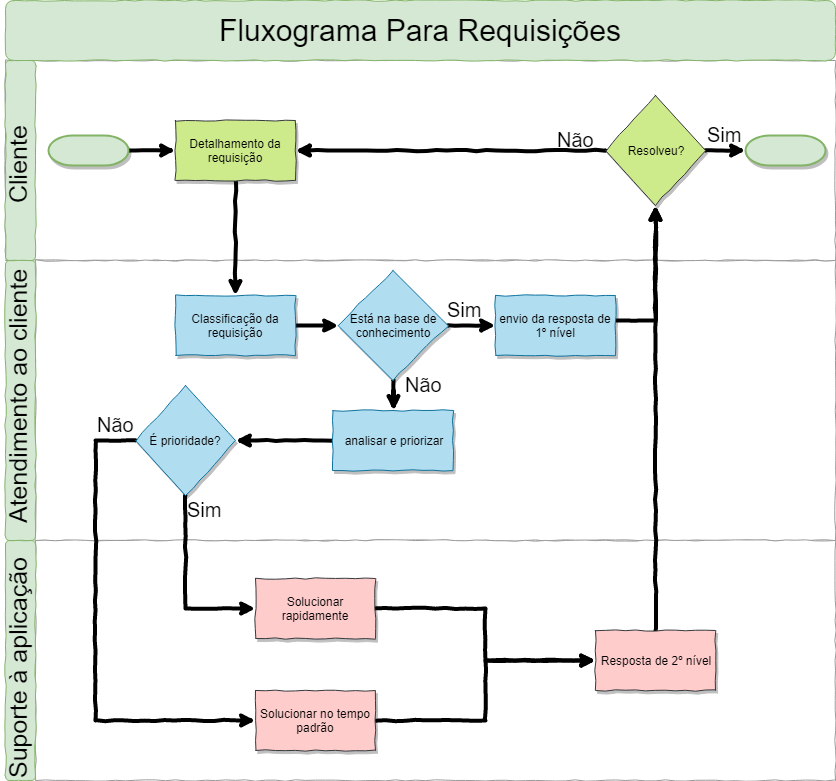
carinadidomenico/Plant.ai keeps this draw.io diagram as documentacao/Documentação/Fluxograma atendimento/Fluxograma de requisições/Fluxograma-Requisições.png. Above is the earlier version. Source tidied: cells renumbered, new cells last; positions are measured from the earlier drawing's top-left corner, leaving out a move shared by most shapes.
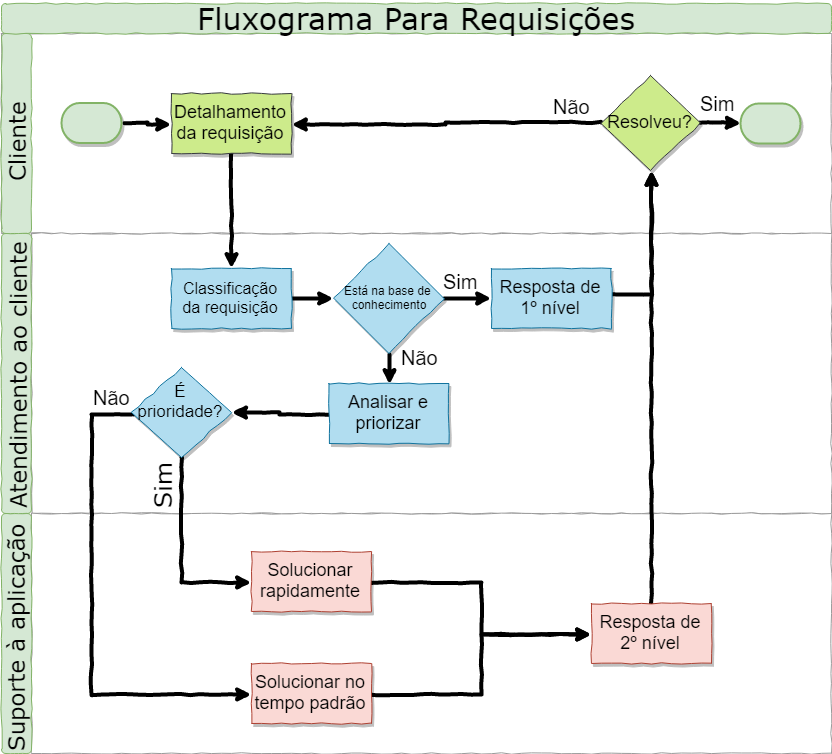
After the change.

Commit message:
Padronizando fluxogramas de atendimento

The edit, as a diff of the source:
```diff
@@ -20,46 +20,45 @@
     <mxCell id="7" style="rounded=1;whiteSpace=wrap;html=1;comic=1;fillColor=#d5e8d4;strokeColor=#82b366;gradientColor=none;" parent="1" vertex="1">
       <mxGeometry x="130" y="60" width="30" height="200" as="geometry" />
     </mxCell>
-    <mxCell id="8" value="&lt;font style=&quot;font-size: 25px&quot;&gt;Cliente&lt;/font&gt;" style="text;html=1;align=left;verticalAlign=top;spacingTop=-4;rotation=-90;" parent="1" vertex="1">
-      <mxGeometry x="90" y="150" width="90" height="20" as="geometry" />
+    <mxCell id="8" value="&lt;font style=&quot;font-size: 23px&quot;&gt;Cliente&lt;/font&gt;" style="text;html=1;align=left;verticalAlign=top;spacingTop=-4;rotation=-90;fontFamily=Verdana;" parent="1" vertex="1">
+      <mxGeometry x="90" y="150" width="100" height="20" as="geometry" />
     </mxCell>
-    <mxCell id="9" value="&lt;font style=&quot;font-size: 25px&quot;&gt;Atendimento ao cliente&lt;/font&gt;" style="text;html=1;align=left;verticalAlign=top;spacingTop=-4;rotation=-90;" parent="1" vertex="1">
-      <mxGeometry y="380" width="270" height="20" as="geometry" />
+    <mxCell id="9" value="&lt;font style=&quot;font-size: 23px&quot; face=&quot;Verdana&quot;&gt;Atendimento ao cliente&lt;/font&gt;" style="text;html=1;align=left;verticalAlign=top;spacingTop=-4;rotation=-90;fontSize=21;" parent="1" vertex="1">
+      <mxGeometry x="6" y="382" width="280" height="30" as="geometry" />
     </mxCell>
-    <mxCell id="10" value="&lt;font style=&quot;font-size: 25px&quot;&gt;Suporte à aplicação&lt;/font&gt;" style="text;html=1;align=left;verticalAlign=top;spacingTop=-4;rotation=-90;rounded=1;" parent="1" vertex="1">
-      <mxGeometry x="15" y="650" width="240" height="20" as="geometry" />
+    <mxCell id="10" value="&lt;font style=&quot;font-size: 23px&quot; face=&quot;Verdana&quot;&gt;Suporte à aplicação&lt;/font&gt;" style="text;html=1;align=left;verticalAlign=top;spacingTop=-4;rotation=-90;rounded=1;" parent="1" vertex="1">
+      <mxGeometry x="19" y="650" width="240" height="20" as="geometry" />
     </mxCell>
-    <mxCell id="11" style="edgeStyle=orthogonalEdgeStyle;rounded=0;jettySize=auto;html=1;entryX=0;entryY=0.5;entryDx=0;entryDy=0;comic=1;strokeWidth=4;" parent="1" edge="1" source="12" target="14">
-      <mxGeometry relative="1" as="geometry" />
+    <mxCell id="11" style="edgeStyle=orthogonalEdgeStyle;rounded=0;jettySize=auto;html=1;entryX=0;entryY=0.5;entryDx=0;entryDy=0;comic=1;strokeWidth=4;" parent="1" edge="1" target="14">
+      <mxGeometry relative="1" as="geometry">
+        <mxPoint x="253" y="149.7" as="sourcePoint" />
+      </mxGeometry>
     </mxCell>
-    <mxCell id="12" style="strokeWidth=2;html=1;shape=mxgraph.flowchart.terminator;whiteSpace=wrap;fillColor=#d5e8d4;strokeColor=#82b366;shadow=1;" parent="1" vertex="1">
-      <mxGeometry x="173" y="135" width="80" height="30" as="geometry" />
-    </mxCell>
     <mxCell id="13" style="edgeStyle=orthogonalEdgeStyle;rounded=0;jettySize=auto;html=1;comic=1;strokeWidth=4;" parent="1" edge="1" source="14" target="17">
       <mxGeometry relative="1" as="geometry" />
     </mxCell>
-    <mxCell id="14" value="Detalhamento da requisição" style="rounded=0;whiteSpace=wrap;html=1;shadow=1;comic=1;fillColor=#cdeb8b;strokeColor=#36393d;" parent="1" vertex="1">
+    <mxCell id="14" value="&lt;font style=&quot;font-size: 18px&quot;&gt;Detalhamento da requisição&lt;/font&gt;" style="rounded=0;whiteSpace=wrap;html=1;shadow=1;comic=1;fillColor=#cdeb8b;strokeColor=#36393d;" parent="1" vertex="1">
       <mxGeometry x="300" y="120" width="120" height="60" as="geometry" />
     </mxCell>
-    <mxCell id="15" style="edgeStyle=orthogonalEdgeStyle;rounded=0;orthogonalLoop=1;jettySize=auto;html=1;exitX=0.5;exitY=1;exitDx=0;exitDy=0;exitPerimeter=0;" parent="1" edge="1" source="12" target="12">
-      <mxGeometry relative="1" as="geometry" />
+    <mxCell id="15" style="edgeStyle=orthogonalEdgeStyle;rounded=0;orthogonalLoop=1;jettySize=auto;html=1;exitX=0.5;exitY=1;exitDx=0;exitDy=0;exitPerimeter=0;" parent="1" edge="1">
+      <mxGeometry relative="1" as="geometry">
+        <mxPoint x="213" y="164.7" as="sourcePoint" />
+        <mxPoint x="213" y="165" as="targetPoint" />
+      </mxGeometry>
     </mxCell>
     <mxCell id="16" style="edgeStyle=orthogonalEdgeStyle;rounded=0;jettySize=auto;html=1;entryX=0;entryY=0.5;entryDx=0;entryDy=0;comic=1;strokeWidth=4;" parent="1" edge="1" source="17" target="21">
       <mxGeometry relative="1" as="geometry" />
     </mxCell>
-    <mxCell id="17" value="Classificação da requisição" style="rounded=0;whiteSpace=wrap;html=1;shadow=1;comic=1;fillColor=#b1ddf0;strokeColor=#10739e;" parent="1" vertex="1">
+    <mxCell id="17" value="&lt;font style=&quot;font-size: 16px&quot;&gt;Classificação da requisição&lt;/font&gt;" style="rounded=0;whiteSpace=wrap;html=1;shadow=1;comic=1;fillColor=#b1ddf0;strokeColor=#10739e;" parent="1" vertex="1">
       <mxGeometry x="300" y="295" width="120" height="60" as="geometry" />
     </mxCell>
-    <mxCell id="18" style="strokeWidth=2;html=1;shape=mxgraph.flowchart.terminator;whiteSpace=wrap;fillColor=#d5e8d4;strokeColor=#82b366;shadow=1;" parent="1" vertex="1">
-      <mxGeometry x="870" y="135" width="80" height="30" as="geometry" />
-    </mxCell>
     <mxCell id="19" style="edgeStyle=orthogonalEdgeStyle;rounded=0;jettySize=auto;html=1;comic=1;strokeWidth=4;" parent="1" edge="1" source="21" target="23">
       <mxGeometry relative="1" as="geometry" />
     </mxCell>
-    <mxCell id="20" style="edgeStyle=orthogonalEdgeStyle;rounded=0;jettySize=auto;html=1;comic=1;strokeWidth=4;" parent="1" edge="1" source="21" target="28">
+    <mxCell id="20" style="edgeStyle=orthogonalEdgeStyle;rounded=0;jettySize=auto;html=1;exitX=0.5;exitY=1;exitDx=0;exitDy=0;entryX=0.5;entryY=0;entryDx=0;entryDy=0;fontSize=14;comic=1;strokeWidth=4;" parent="1" edge="1" source="21" target="28">
       <mxGeometry relative="1" as="geometry" />
     </mxCell>
-    <mxCell id="21" value="Está na base de conhecimento" style="rhombus;whiteSpace=wrap;html=1;shadow=1;comic=1;fillColor=#b1ddf0;strokeColor=#10739e;" parent="1" vertex="1">
+    <mxCell id="21" value="Está na base de &lt;br&gt;conhecimento" style="rhombus;whiteSpace=wrap;html=1;shadow=1;comic=1;fillColor=#b1ddf0;strokeColor=#10739e;" parent="1" vertex="1">
       <mxGeometry x="462.5" y="270" width="110" height="110" as="geometry" />
     </mxCell>
     <mxCell id="22" style="edgeStyle=orthogonalEdgeStyle;rounded=0;jettySize=auto;html=1;entryX=0.5;entryY=1;entryDx=0;entryDy=0;comic=1;strokeWidth=4;" parent="1" edge="1" source="23" target="26">
@@ -69,22 +68,24 @@
         </Array>
       </mxGeometry>
     </mxCell>
-    <mxCell id="23" value="envio da resposta de 1º nível" style="rounded=0;whiteSpace=wrap;html=1;shadow=1;comic=1;fillColor=#b1ddf0;strokeColor=#10739e;" parent="1" vertex="1">
+    <mxCell id="23" value="&lt;font style=&quot;font-size: 18px&quot;&gt;Resposta de 1º nível&lt;/font&gt;" style="rounded=0;whiteSpace=wrap;html=1;shadow=1;comic=1;fillColor=#b1ddf0;strokeColor=#10739e;" parent="1" vertex="1">
       <mxGeometry x="620" y="295" width="120" height="60" as="geometry" />
     </mxCell>
     <mxCell id="24" style="edgeStyle=orthogonalEdgeStyle;rounded=0;jettySize=auto;html=1;entryX=1;entryY=0.5;entryDx=0;entryDy=0;comic=1;strokeWidth=4;" parent="1" edge="1" source="26" target="14">
       <mxGeometry relative="1" as="geometry" />
     </mxCell>
-    <mxCell id="25" style="edgeStyle=orthogonalEdgeStyle;rounded=0;jettySize=auto;html=1;entryX=0;entryY=0.5;entryDx=0;entryDy=0;entryPerimeter=0;comic=1;strokeWidth=4;" parent="1" edge="1" source="26" target="18">
-      <mxGeometry relative="1" as="geometry" />
+    <mxCell id="25" style="edgeStyle=orthogonalEdgeStyle;rounded=0;jettySize=auto;html=1;entryX=0;entryY=0.5;entryDx=0;entryDy=0;entryPerimeter=0;comic=1;strokeWidth=4;" parent="1" edge="1" source="26">
+      <mxGeometry relative="1" as="geometry">
+        <mxPoint x="869.7" y="149.7" as="targetPoint" />
+      </mxGeometry>
     </mxCell>
-    <mxCell id="26" value="Resolveu?" style="rhombus;whiteSpace=wrap;html=1;shadow=1;comic=1;fillColor=#cdeb8b;strokeColor=#36393d;" parent="1" vertex="1">
-      <mxGeometry x="730" y="95" width="100" height="110" as="geometry" />
+    <mxCell id="26" value="&lt;font style=&quot;font-size: 18px&quot;&gt;Resolveu?&amp;nbsp;&lt;/font&gt;" style="rhombus;whiteSpace=wrap;html=1;shadow=1;comic=1;fillColor=#cdeb8b;strokeColor=#36393d;fontSize=14;align=right;" parent="1" vertex="1">
+      <mxGeometry x="729" y="102" width="100" height="95" as="geometry" />
     </mxCell>
     <mxCell id="27" style="edgeStyle=orthogonalEdgeStyle;rounded=0;jettySize=auto;html=1;entryX=1;entryY=0.5;entryDx=0;entryDy=0;comic=1;strokeWidth=4;" parent="1" edge="1" source="28" target="31">
       <mxGeometry relative="1" as="geometry" />
     </mxCell>
-    <mxCell id="28" value="analisar e priorizar" style="rounded=0;whiteSpace=wrap;html=1;shadow=1;comic=1;fillColor=#b1ddf0;strokeColor=#10739e;" parent="1" vertex="1">
+    <mxCell id="28" value="&lt;font style=&quot;font-size: 18px&quot;&gt;Analisar e priorizar&lt;/font&gt;" style="rounded=0;whiteSpace=wrap;html=1;shadow=1;comic=1;fillColor=#b1ddf0;strokeColor=#10739e;" parent="1" vertex="1">
       <mxGeometry x="457.5" y="410" width="120" height="60" as="geometry" />
     </mxCell>
     <mxCell id="29" style="edgeStyle=orthogonalEdgeStyle;rounded=0;jettySize=auto;html=1;entryX=0;entryY=0.5;entryDx=0;entryDy=0;comic=1;strokeWidth=4;" parent="1" edge="1" source="31" target="33">
@@ -102,35 +103,35 @@
         </Array>
       </mxGeometry>
     </mxCell>
-    <mxCell id="31" value="É prioridade?" style="rhombus;whiteSpace=wrap;html=1;shadow=1;comic=1;fillColor=#b1ddf0;strokeColor=#10739e;" parent="1" vertex="1">
-      <mxGeometry x="260" y="385" width="100" height="110" as="geometry" />
+    <mxCell id="31" value="&lt;font style=&quot;font-size: 17px&quot;&gt;É prioridade?&lt;br&gt;&lt;br&gt;&lt;/font&gt;" style="rhombus;whiteSpace=wrap;html=1;shadow=1;comic=1;fillColor=#b1ddf0;strokeColor=#10739e;fontSize=14;" parent="1" vertex="1">
+      <mxGeometry x="260" y="394" width="100" height="90" as="geometry" />
     </mxCell>
     <mxCell id="32" style="edgeStyle=orthogonalEdgeStyle;rounded=0;jettySize=auto;html=1;entryX=0;entryY=0.5;entryDx=0;entryDy=0;comic=1;strokeWidth=4;" parent="1" edge="1" source="33" target="37">
       <mxGeometry relative="1" as="geometry" />
     </mxCell>
-    <mxCell id="33" value="Solucionar rapidamente" style="rounded=0;whiteSpace=wrap;html=1;shadow=1;comic=1;fillColor=#ffcccc;strokeColor=#36393d;" parent="1" vertex="1">
+    <mxCell id="33" value="&lt;font style=&quot;font-size: 18px&quot;&gt;Solucionar rapidamente&lt;/font&gt;" style="rounded=0;whiteSpace=wrap;html=1;shadow=1;comic=1;fillColor=#fad9d5;strokeColor=#ae4132;" parent="1" vertex="1">
       <mxGeometry x="380" y="578" width="120" height="60" as="geometry" />
     </mxCell>
     <mxCell id="34" style="edgeStyle=orthogonalEdgeStyle;rounded=0;jettySize=auto;html=1;comic=1;strokeWidth=4;" parent="1" edge="1" source="35" target="37">
       <mxGeometry relative="1" as="geometry" />
     </mxCell>
-    <mxCell id="35" value="Solucionar no tempo padrão" style="rounded=0;whiteSpace=wrap;html=1;shadow=1;comic=1;fillColor=#ffcccc;strokeColor=#36393d;" parent="1" vertex="1">
+    <mxCell id="35" value="&lt;font style=&quot;font-size: 18px&quot;&gt;Solucionar no tempo padrão&lt;/font&gt;" style="rounded=0;whiteSpace=wrap;html=1;shadow=1;comic=1;fillColor=#fad9d5;strokeColor=#ae4132;" parent="1" vertex="1">
       <mxGeometry x="380" y="690" width="120" height="60" as="geometry" />
     </mxCell>
     <mxCell id="36" style="edgeStyle=orthogonalEdgeStyle;rounded=0;jettySize=auto;html=1;entryX=0.5;entryY=1;entryDx=0;entryDy=0;comic=1;strokeWidth=4;" parent="1" edge="1" source="37" target="26">
       <mxGeometry relative="1" as="geometry" />
     </mxCell>
-    <mxCell id="37" value="Resposta de 2º nível" style="rounded=0;whiteSpace=wrap;html=1;shadow=1;comic=1;fillColor=#ffcccc;strokeColor=#36393d;" parent="1" vertex="1">
+    <mxCell id="37" value="&lt;font style=&quot;font-size: 18px&quot;&gt;Resposta de 2º nível&lt;/font&gt;" style="rounded=0;whiteSpace=wrap;html=1;shadow=1;comic=1;fillColor=#fad9d5;strokeColor=#ae4132;" parent="1" vertex="1">
       <mxGeometry x="720" y="630" width="120" height="60" as="geometry" />
     </mxCell>
-    <mxCell id="38" value="&lt;font style=&quot;font-size: 20px&quot;&gt;Sim&lt;/font&gt;" style="text;html=1;align=left;verticalAlign=top;spacingTop=-4;comic=1;" parent="1" vertex="1">
-      <mxGeometry x="830" y="120" width="50" height="20" as="geometry" />
+    <mxCell id="38" value="&lt;font style=&quot;font-size: 20px&quot;&gt;Sim&lt;/font&gt;" style="text;html=1;align=left;verticalAlign=top;spacingTop=-4;comic=1;fontSize=20;" parent="1" vertex="1">
+      <mxGeometry x="827" y="116" width="50" height="30" as="geometry" />
     </mxCell>
-    <mxCell id="39" value="&lt;font style=&quot;font-size: 20px&quot;&gt;Não&lt;/font&gt;" style="text;html=1;align=left;verticalAlign=top;spacingTop=-4;comic=1;" parent="1" vertex="1">
-      <mxGeometry x="680" y="125" width="50" height="20" as="geometry" />
+    <mxCell id="39" value="&lt;font style=&quot;font-size: 20px;&quot;&gt;Não&lt;/font&gt;" style="text;html=1;align=left;verticalAlign=top;spacingTop=-4;comic=1;fontSize=20;" parent="1" vertex="1">
+      <mxGeometry x="680" y="119" width="50" height="30" as="geometry" />
     </mxCell>
-    <mxCell id="40" value="&lt;font style=&quot;font-size: 30px&quot;&gt;Fluxograma Para Requisições&lt;/font&gt;" style="rounded=1;whiteSpace=wrap;html=1;comic=1;fillColor=#d5e8d4;strokeColor=#82b366;" parent="1" vertex="1">
-      <mxGeometry x="130" width="830" height="60" as="geometry" />
+    <mxCell id="40" value="&lt;font style=&quot;font-size: 30px&quot;&gt;Fluxograma Para Requisições&lt;/font&gt;" style="rounded=1;whiteSpace=wrap;html=1;comic=1;fillColor=#d5e8d4;strokeColor=#82b366;fontFamily=Verdana;" parent="1" vertex="1">
+      <mxGeometry x="130" y="30" width="830" height="30" as="geometry" />
     </mxCell>
     <mxCell id="41" value="&lt;font style=&quot;font-size: 20px&quot;&gt;Não&lt;/font&gt;" style="text;html=1;align=left;verticalAlign=top;spacingTop=-4;comic=1;" parent="1" vertex="1">
       <mxGeometry x="527.5" y="370" width="50" height="20" as="geometry" />
@@ -138,11 +139,17 @@
     <mxCell id="42" value="&lt;font style=&quot;font-size: 20px&quot;&gt;Não&lt;/font&gt;" style="text;html=1;align=left;verticalAlign=top;spacingTop=-4;comic=1;" parent="1" vertex="1">
       <mxGeometry x="220" y="410" width="50" height="20" as="geometry" />
     </mxCell>
-    <mxCell id="43" value="&lt;font style=&quot;font-size: 20px&quot;&gt;Sim&lt;/font&gt;" style="text;html=1;align=left;verticalAlign=top;spacingTop=-4;comic=1;" parent="1" vertex="1">
-      <mxGeometry x="570" y="295" width="50" height="20" as="geometry" />
+    <mxCell id="43" value="&lt;font style=&quot;font-size: 20px;&quot;&gt;Sim&lt;/font&gt;" style="text;html=1;align=left;verticalAlign=top;spacingTop=-4;comic=1;fontSize=20;" parent="1" vertex="1">
+      <mxGeometry x="570" y="294" width="50" height="30" as="geometry" />
     </mxCell>
+    <mxCell id="45" style="strokeWidth=2;html=1;shape=mxgraph.flowchart.terminator;whiteSpace=wrap;shadow=1;fillColor=#d5e8d4;strokeColor=#82b366;" parent="1" vertex="1">
+      <mxGeometry x="190" y="129.5" width="60" height="40" as="geometry" />
+    </mxCell>
+    <mxCell id="46" style="strokeWidth=2;html=1;shape=mxgraph.flowchart.terminator;whiteSpace=wrap;shadow=1;fillColor=#d5e8d4;strokeColor=#82b366;" parent="1" vertex="1">
+      <mxGeometry x="869" y="130" width="60" height="40" as="geometry" />
+    </mxCell>
-    <mxCell id="44" value="&lt;font style=&quot;font-size: 20px&quot;&gt;Sim&lt;/font&gt;" style="text;html=1;align=left;verticalAlign=top;spacingTop=-4;comic=1;" parent="1" vertex="1">
-      <mxGeometry x="310" y="495" width="50" height="20" as="geometry" />
+    <mxCell id="44" value="&lt;font style=&quot;font-size: 24px&quot;&gt;Sim&lt;br&gt;&lt;/font&gt;" style="text;html=1;align=center;verticalAlign=middle;whiteSpace=wrap;rounded=0;fontFamily=Verdana;fontSize=24;shadow=1;comic=1;rotation=-90;" parent="1" vertex="1">
+      <mxGeometry x="270" y="500" width="40" height="23" as="geometry" />
     </mxCell>
   </root>
 </mxGraphModel>
```
